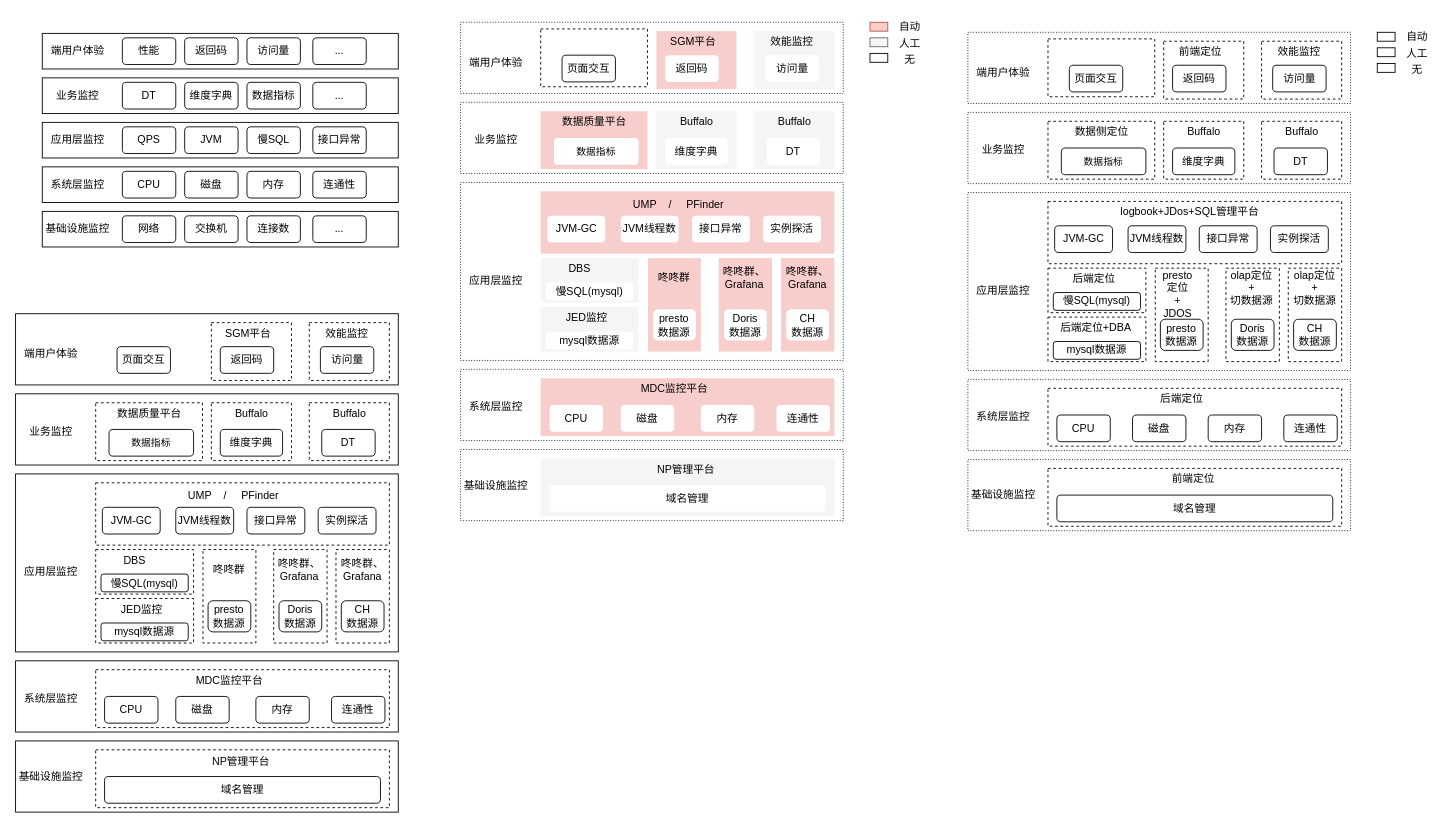
huang-chh/draw keeps this draw.io diagram as demo01/监控.drawio. Above is the earlier version. Source tidied: cells renumbered, new cells numbered last; positions are measured from the earlier drawing's top-left corner, leaving out a move shared by most shapes. Both pictures are drawn from the tidied source at 89%, with x=0, y=0 at pixel (15, 15).
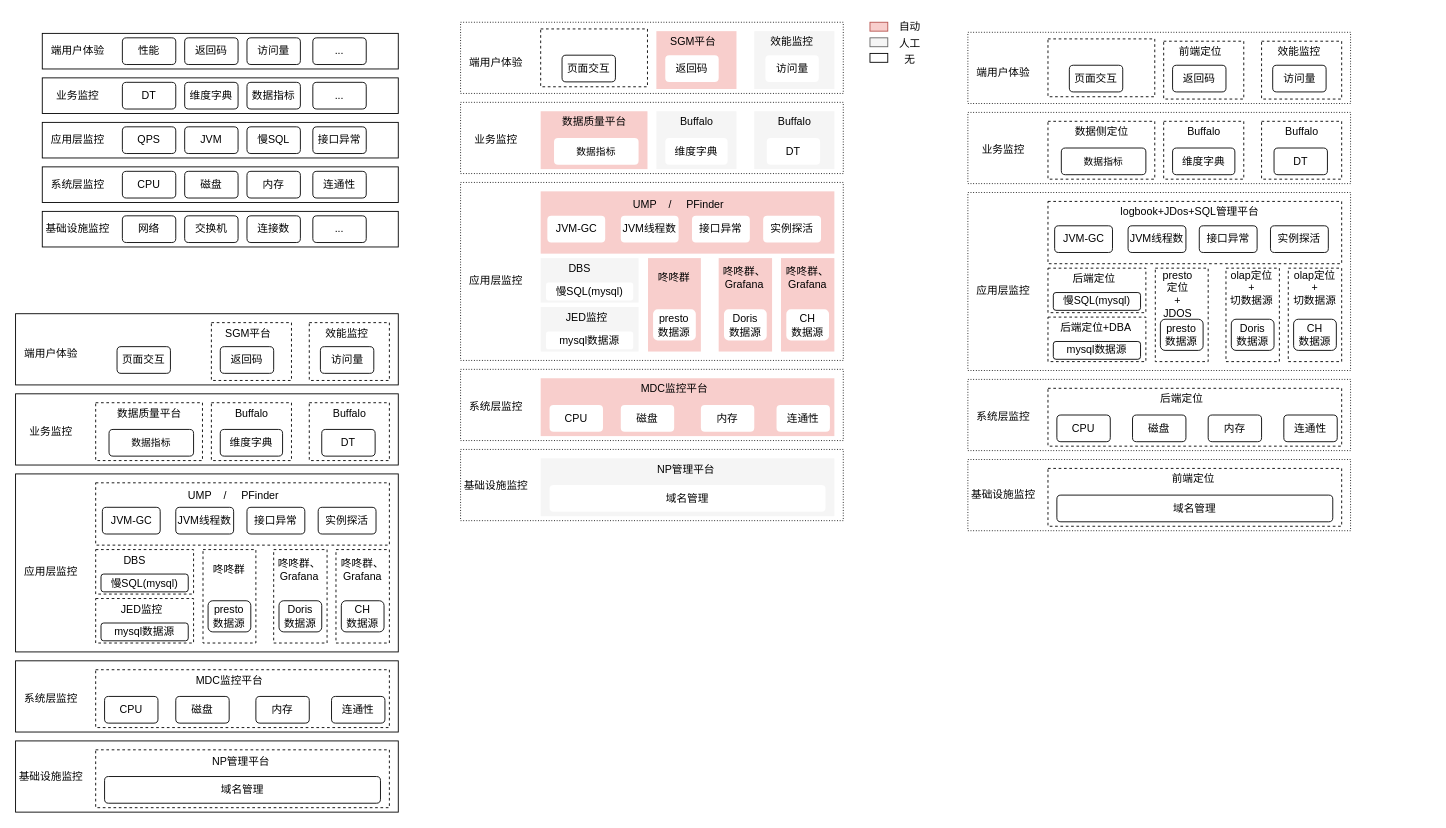
The same diagram, later.

Change to the diagram source:
```diff
@@
-    <mxCell id="207" style="rounded=0;whiteSpace=wrap;html=1;strokeWidth=1;" parent="1" vertex="1">
-      <mxGeometry x="1530" y="18.8" width="20" height="10" as="geometry" />
-    </mxCell>
-    <mxCell id="208" value="自动" style="text;html=1;align=center;verticalAlign=middle;whiteSpace=wrap;rounded=0;strokeWidth=1;" parent="1" vertex="1">
-      <mxGeometry x="1560" y="11.2" width="30" height="25" as="geometry" />
-    </mxCell>
-    <mxCell id="209" value="人工" style="text;html=1;align=center;verticalAlign=middle;whiteSpace=wrap;rounded=0;strokeWidth=1;" parent="1" vertex="1">
-      <mxGeometry x="1560" y="30.8" width="30" height="25" as="geometry" />
-    </mxCell>
-    <mxCell id="210" value="无" style="text;html=1;align=center;verticalAlign=middle;whiteSpace=wrap;rounded=0;strokeWidth=1;" parent="1" vertex="1">
-      <mxGeometry x="1560" y="48.8" width="30" height="25" as="geometry" />
-    </mxCell>
-    <mxCell id="211" style="rounded=0;whiteSpace=wrap;html=1;strokeWidth=1;" parent="1" vertex="1">
-      <mxGeometry x="1530" y="36.2" width="20" height="10" as="geometry" />
-    </mxCell>
-    <mxCell id="212" style="rounded=0;whiteSpace=wrap;html=1;strokeWidth=1;" parent="1" vertex="1">
-      <mxGeometry x="1530" y="53.8" width="20" height="10" as="geometry" />
-    </mxCell>
```
